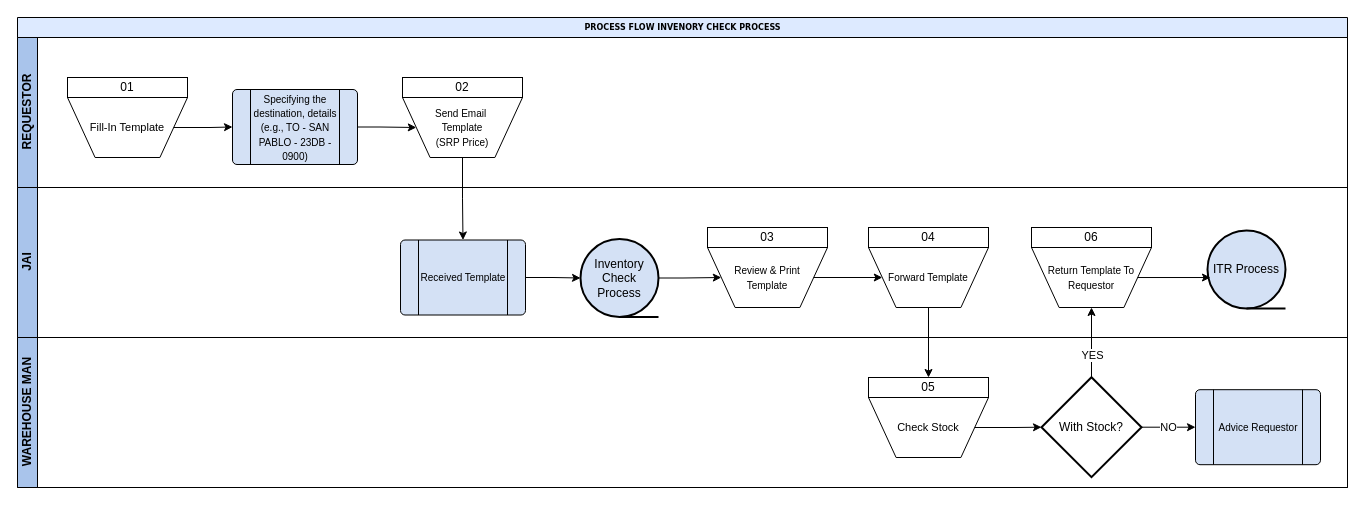
This is page "Page-1" (1 of 2) of Flowchart/Process Flow Inventory Transfer Request.drawio from itsC0ffee/Goldrich-Repository, a draw.io file, before an edit. Source tidied: cells renumbered, new cells numbered last; positions are measured from the earlier drawing's top-left corner, leaving out a move shared by most shapes. Both pictures are drawn from the tidied source at 100%, with x=0, y=0 at pixel (17, 17).
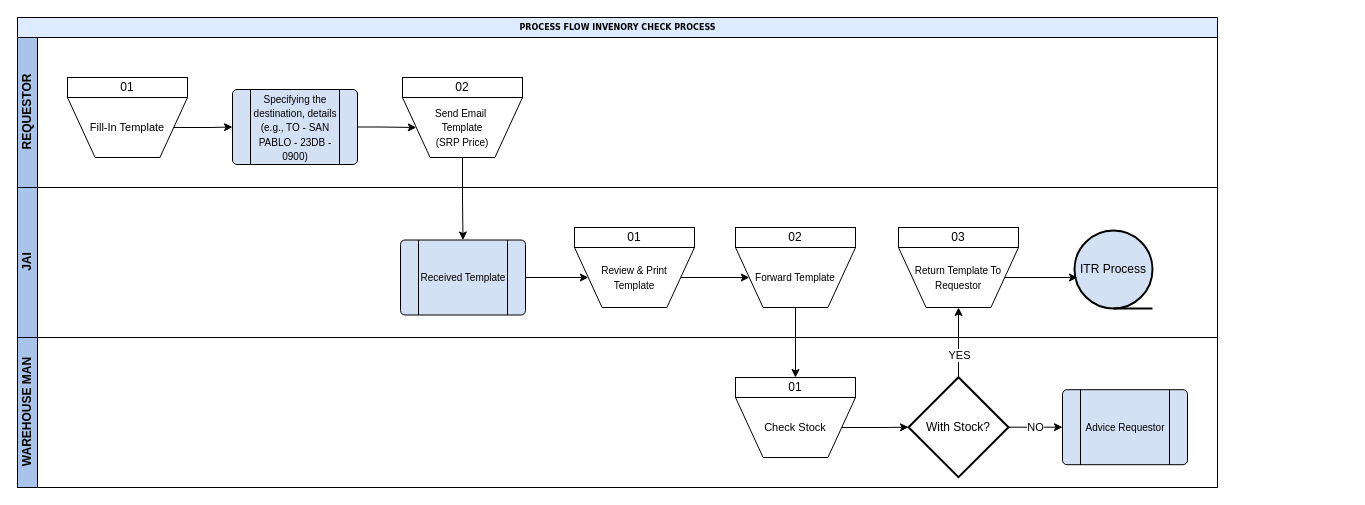
The same diagram, later.

Unchanged cells that the change refers to:
```xml
<mxCell id="18" value="&lt;span style=&quot;font-size: 10px;&quot;&gt;Received Template&lt;/span&gt;" style="verticalLabelPosition=middle;verticalAlign=middle;shape=process;rounded=1;size=0.14;arcSize=6;fillColor=#D4E1F5;whiteSpace=wrap;html=1;labelPosition=center;align=center;" parent="17" vertex="1">
  <mxGeometry x="383" y="52.5" width="125" height="75" as="geometry" />
</mxCell>
<mxCell id="24" value="&lt;span style=&quot;font-size: 10px;&quot;&gt;Review &amp;amp; Print&lt;/span&gt;&lt;div&gt;&lt;span style=&quot;font-size: 10px;&quot;&gt;Template&lt;/span&gt;&lt;/div&gt;" style="verticalLabelPosition=middle;verticalAlign=middle;html=1;shape=trapezoid;perimeter=trapezoidPerimeter;whiteSpace=wrap;size=0.23;arcSize=10;flipV=1;labelPosition=center;align=center;" parent="23" vertex="1">
  <mxGeometry y="30" width="120" height="60" as="geometry" />
</mxCell>
```

The edit, as a diff of the source:
```diff
@@
     <mxCell id="2" value="PROCESS FLOW INVENORY CHECK PROCESS" style="swimlane;html=1;horizontal=1;startSize=20;rounded=0;shadow=0;labelBackgroundColor=none;strokeWidth=1;fontFamily=Verdana;fontSize=8;align=center;fillColor=#DDEAFF;" parent="1" vertex="1">
-      <mxGeometry width="1330" height="470" as="geometry" />
+      <mxGeometry width="1200" height="470" as="geometry" />
     </mxCell>
     <mxCell id="3" value="REQUESTOR" style="swimlane;html=1;startSize=20;horizontal=0;fillColor=#A9C4EB;strokeColor=#000000;" parent="2" vertex="1">
-      <mxGeometry y="20" width="1330" height="150" as="geometry" />
+      <mxGeometry y="20" width="1200" height="150" as="geometry" />
     </mxCell>
@@
     <mxCell id="17" value="JAI" style="swimlane;html=1;startSize=20;horizontal=0;fillColor=#A9C4EB;" parent="2" vertex="1">
-      <mxGeometry y="170" width="1330" height="150" as="geometry" />
+      <mxGeometry y="170" width="1200" height="150" as="geometry" />
     </mxCell>
@@
-    <mxCell id="20" value="Inventory Check Process" style="strokeWidth=2;html=1;shape=mxgraph.flowchart.sequential_data;whiteSpace=wrap;fillColor=#D4E1F5;" parent="17" vertex="1">
-      <mxGeometry x="563" y="51.5" width="78" height="78" as="geometry" />
-    </mxCell>
-    <mxCell id="21" style="edgeStyle=orthogonalEdgeStyle;rounded=0;jettySize=auto;html=1;entryX=0;entryY=0.5;entryDx=0;entryDy=0;entryPerimeter=0;" parent="17" edge="1" source="18" target="20">
-      <mxGeometry relative="1" as="geometry" />
-    </mxCell>
-    <mxCell id="22" style="edgeStyle=orthogonalEdgeStyle;rounded=0;jettySize=auto;html=1;entryX=0;entryY=0.5;entryDx=0;entryDy=0;exitX=1;exitY=0.5;exitDx=0;exitDy=0;exitPerimeter=0;" parent="17" edge="1" source="20" target="24">
+    <mxCell id="22" style="edgeStyle=orthogonalEdgeStyle;rounded=0;jettySize=auto;html=1;entryX=0;entryY=0.5;entryDx=0;entryDy=0;exitX=1;exitY=0.5;exitDx=0;exitDy=0;" parent="17" edge="1" source="18" target="24">
       <mxGeometry relative="1" as="geometry" />
     </mxCell>
     <mxCell id="23" style="group;whiteSpace=wrap;html=1;" parent="17" vertex="1">
-      <mxGeometry x="690" y="30" width="120" height="90" as="geometry" />
+      <mxGeometry x="557" y="30" width="120" height="90" as="geometry" />
     </mxCell>
@@
-    <mxCell id="25" value="03" style="rounded=0;whiteSpace=wrap;html=1;" parent="23" vertex="1">
+    <mxCell id="25" value="01" style="rounded=0;whiteSpace=wrap;html=1;" parent="23" vertex="1">
       <mxGeometry y="10" width="120" height="20" as="geometry" />
     </mxCell>
     <mxCell id="26" style="group;whiteSpace=wrap;html=1;" parent="17" vertex="1">
-      <mxGeometry x="851" y="30" width="120" height="90" as="geometry" />
+      <mxGeometry x="718" y="30" width="120" height="90" as="geometry" />
     </mxCell>
@@
-    <mxCell id="28" value="04" style="rounded=0;whiteSpace=wrap;html=1;" parent="26" vertex="1">
+    <mxCell id="28" value="02" style="rounded=0;whiteSpace=wrap;html=1;" parent="26" vertex="1">
       <mxGeometry y="10" width="120" height="20" as="geometry" />
     </mxCell>
@@
     <mxCell id="30" style="group;whiteSpace=wrap;html=1;" parent="17" vertex="1">
-      <mxGeometry x="1014" y="30" width="120" height="90" as="geometry" />
+      <mxGeometry x="881" y="30" width="120" height="90" as="geometry" />
     </mxCell>
@@
-    <mxCell id="32" value="06" style="rounded=0;whiteSpace=wrap;html=1;" parent="30" vertex="1">
+    <mxCell id="32" value="03" style="rounded=0;whiteSpace=wrap;html=1;" parent="30" vertex="1">
       <mxGeometry y="10" width="120" height="20" as="geometry" />
     </mxCell>
     <mxCell id="33" value="ITR Process" style="strokeWidth=2;html=1;shape=mxgraph.flowchart.sequential_data;whiteSpace=wrap;fillColor=#D4E1F5;" parent="17" vertex="1">
-      <mxGeometry x="1190" y="43" width="78" height="78" as="geometry" />
+      <mxGeometry x="1057" y="43" width="78" height="78" as="geometry" />
     </mxCell>
@@
     <mxCell id="35" value="WAREHOUSE MAN" style="swimlane;html=1;startSize=20;horizontal=0;fillColor=#A9C4EB;" parent="2" vertex="1">
-      <mxGeometry y="320" width="1330" height="150" as="geometry" />
+      <mxGeometry y="320" width="1200" height="150" as="geometry" />
     </mxCell>
     <mxCell id="36" style="group;whiteSpace=wrap;html=1;" parent="35" vertex="1">
-      <mxGeometry x="851" y="30" width="120" height="90" as="geometry" />
+      <mxGeometry x="718" y="30" width="120" height="90" as="geometry" />
     </mxCell>
@@
-    <mxCell id="38" value="05" style="rounded=0;whiteSpace=wrap;html=1;" parent="36" vertex="1">
+    <mxCell id="38" value="01" style="rounded=0;whiteSpace=wrap;html=1;" parent="36" vertex="1">
       <mxGeometry y="10" width="120" height="20" as="geometry" />
     </mxCell>
@@
     <mxCell id="41" value="With Stock?" style="strokeWidth=2;html=1;shape=mxgraph.flowchart.decision;whiteSpace=wrap;" parent="35" vertex="1">
-      <mxGeometry x="1024" y="39.7" width="100" height="100" as="geometry" />
+      <mxGeometry x="891" y="39.7" width="100" height="100" as="geometry" />
     </mxCell>
     <mxCell id="42" value="&lt;span style=&quot;font-size: 10px;&quot;&gt;Advice Requestor&lt;/span&gt;" style="verticalLabelPosition=middle;verticalAlign=middle;shape=process;rounded=1;size=0.14;arcSize=6;fillColor=#D4E1F5;whiteSpace=wrap;html=1;labelPosition=center;align=center;" parent="35" vertex="1">
-      <mxGeometry x="1178" y="52.2" width="125" height="75" as="geometry" />
+      <mxGeometry x="1045" y="52.2" width="125" height="75" as="geometry" />
     </mxCell>
```
